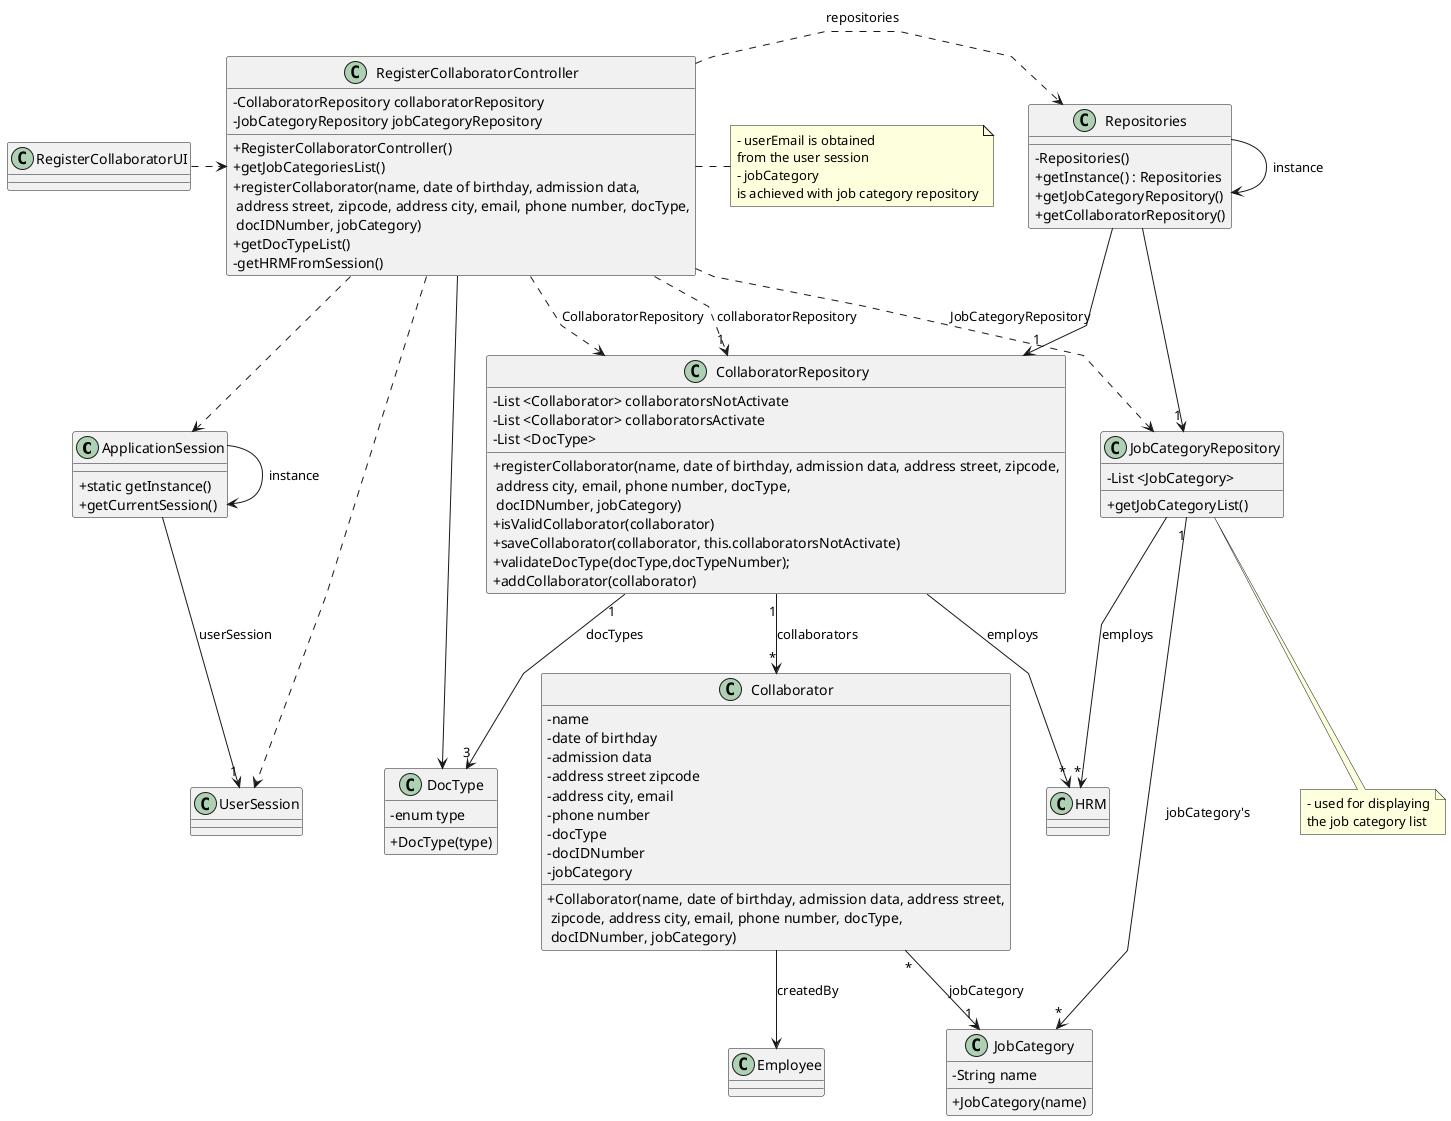
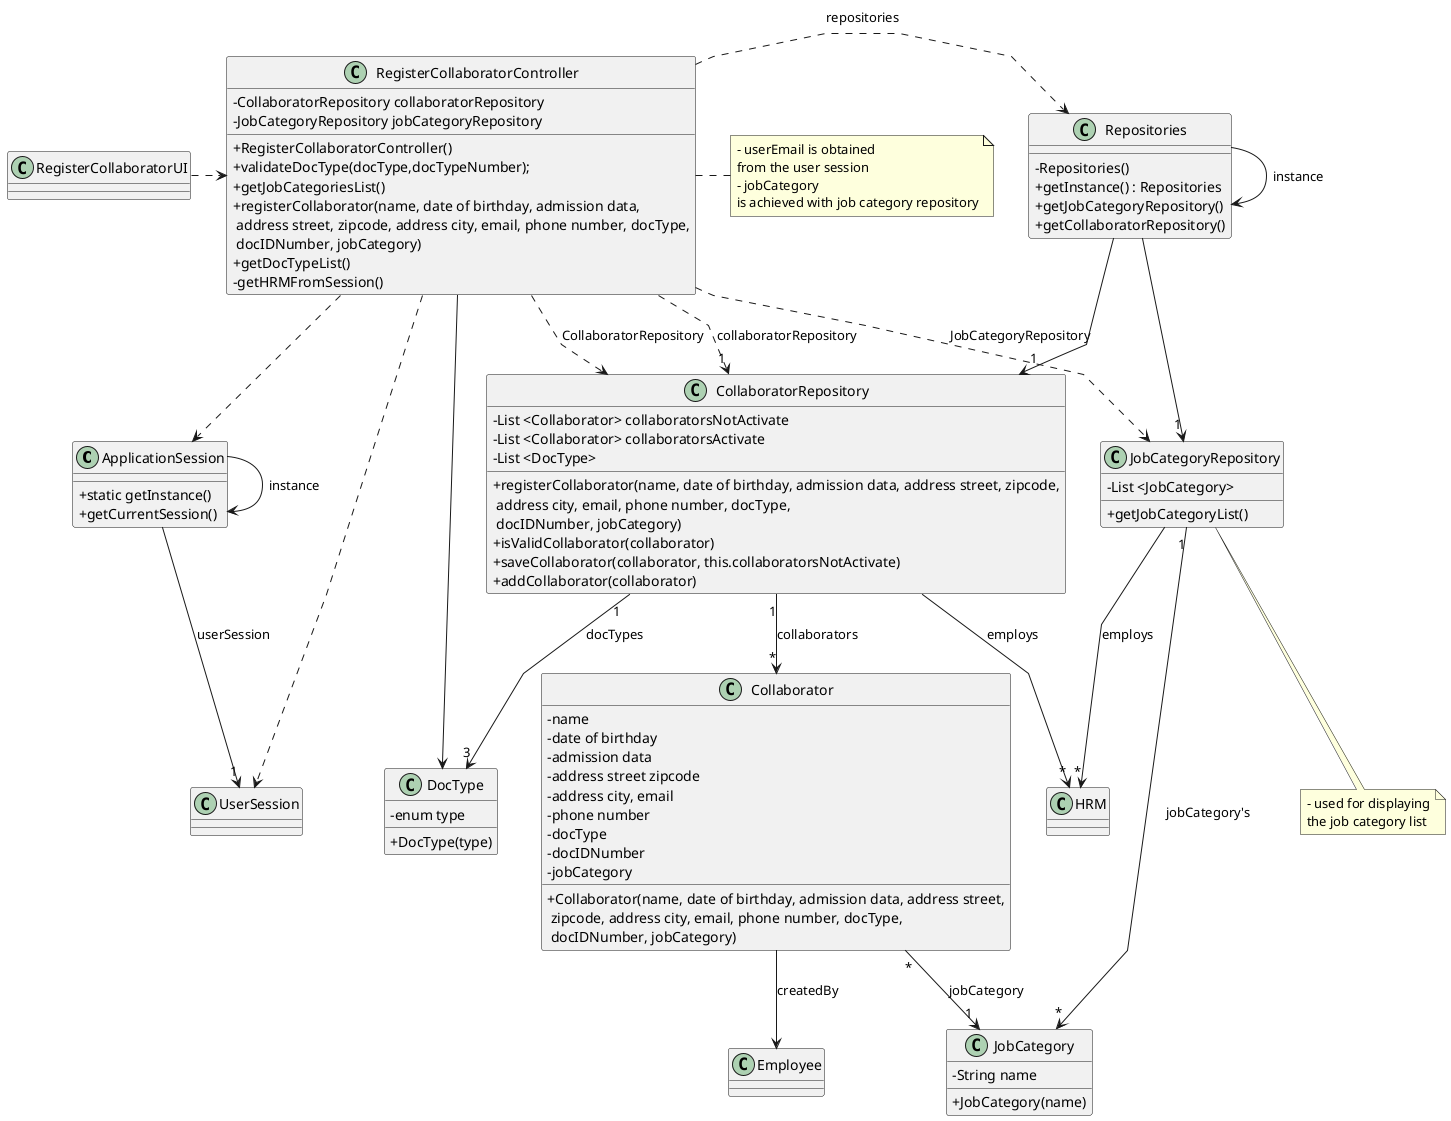
@startuml
'skinparam monochrome true
skinparam packageStyle rectangle
skinparam shadowing false
skinparam linetype polyline
'skinparam linetype orto

skinparam classAttributeIconSize 0

'left to right direction

class ApplicationSession{
    + static getInstance()
    + getCurrentSession()
}

class UserSession{
}

class HRM {
}

class Collaborator {
    - name
    - date of birthday
    - admission data
    - address street zipcode
    - address city, email
    - phone number
    - docType
    - docIDNumber
    - jobCategory

    + Collaborator(name, date of birthday, admission data, address street,\n zipcode, address city, email, phone number, docType,\n docIDNumber, jobCategory)
}

class JobCategory {
    - String name
    + JobCategory(name)
}

class CollaboratorRepository {
    - List <Collaborator> collaboratorsNotActivate
    - List <Collaborator> collaboratorsActivate
    - List <DocType>
    + registerCollaborator(name, date of birthday, admission data, address street, zipcode,\n address city, email, phone number, docType,\n docIDNumber, jobCategory)
    + isValidCollaborator(collaborator)
    + saveCollaborator(collaborator, this.collaboratorsNotActivate)
-     + validateDocType(docType,docTypeNumber);
    + addCollaborator(collaborator)
}

class DocType{
    -enum type
    +DocType(type)
}

class JobCategoryRepository {
    - List <JobCategory>
    + getJobCategoryList()
}


class Repositories {
    - Repositories()
    + getInstance() : Repositories
    + getJobCategoryRepository()
    + getCollaboratorRepository()
}

class RegisterCollaboratorController {
    - CollaboratorRepository collaboratorRepository
    - JobCategoryRepository jobCategoryRepository
    + RegisterCollaboratorController()
+     + validateDocType(docType,docTypeNumber);
    + getJobCategoriesList()
    + registerCollaborator(name, date of birthday, admission data,\n address street, zipcode, address city, email, phone number, docType,\n docIDNumber, jobCategory)
    + getDocTypeList()
    - getHRMFromSession()
}

note right of RegisterCollaboratorController
    - userEmail is obtained
    from the user session
    - jobCategory
    is achieved with job category repository
end note

note bottom of JobCategoryRepository
    - used for displaying
    the job category list
end note

class RegisterCollaboratorUI {
}

Repositories -> Repositories : instance
ApplicationSession -> ApplicationSession : instance

RegisterCollaboratorUI .> RegisterCollaboratorController

RegisterCollaboratorController .> Repositories : repositories

Repositories -> "1" JobCategoryRepository

RegisterCollaboratorController ..> CollaboratorRepository : CollaboratorRepository
RegisterCollaboratorController ..> JobCategoryRepository : JobCategoryRepository
RegisterCollaboratorController --> DocType
Repositories --> "1" CollaboratorRepository

ApplicationSession --> "1" UserSession : userSession
RegisterCollaboratorController ..> "1" CollaboratorRepository : collaboratorRepository
RegisterCollaboratorController ..> ApplicationSession
RegisterCollaboratorController ..> UserSession
Collaborator "*" --> "1" JobCategory : jobCategory
JobCategoryRepository "1" --> "*" JobCategory : jobCategory's
CollaboratorRepository "1" --> "*" Collaborator : collaborators
CollaboratorRepository "1" --> "3" DocType : docTypes
Collaborator --> Employee : createdBy

CollaboratorRepository --> "*" HRM : employs
JobCategoryRepository --> "*" HRM : employs


@enduml